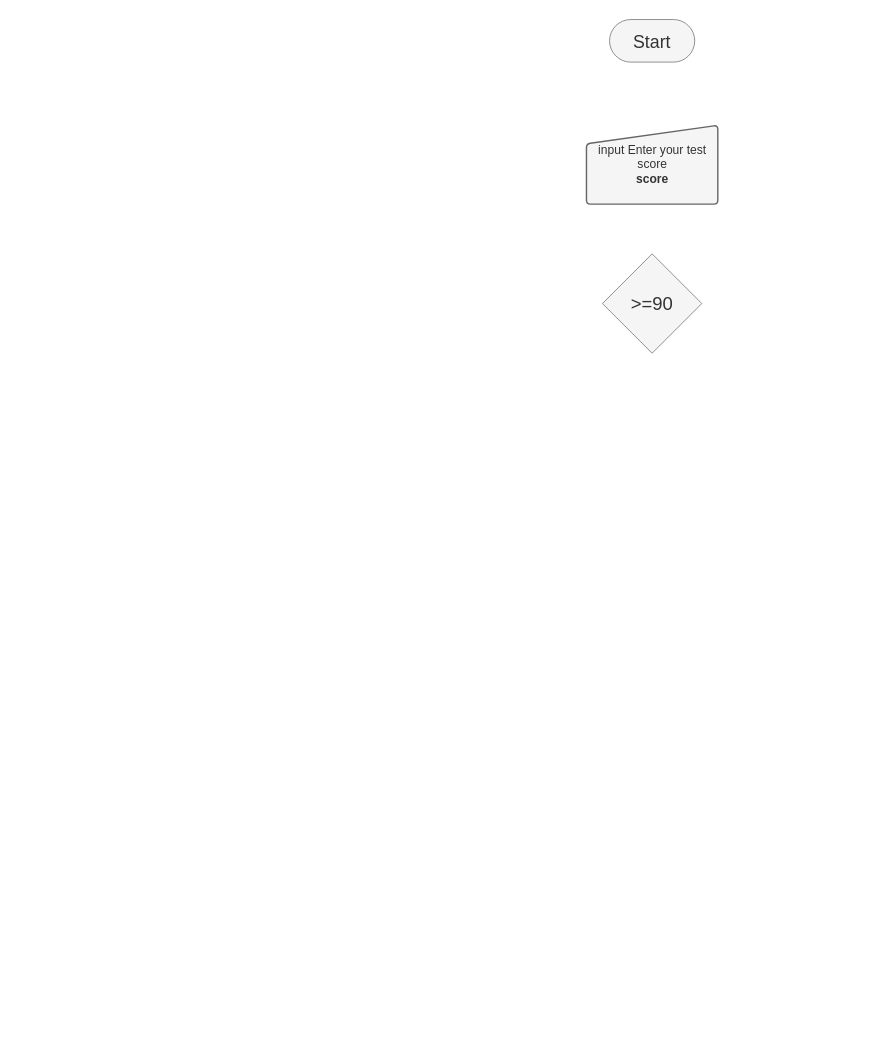
This is L.3/flowwork03.drawio from JakapatJod/INE-PYTHON-64, a draw.io file, before an edit. Source tidied: cells renumbered, new cells numbered last; positions are measured from the earlier drawing's top-left corner, leaving out a move shared by most shapes. Both pictures are drawn from the tidied source at 71%, with x=0, y=0 at pixel (586, 19).
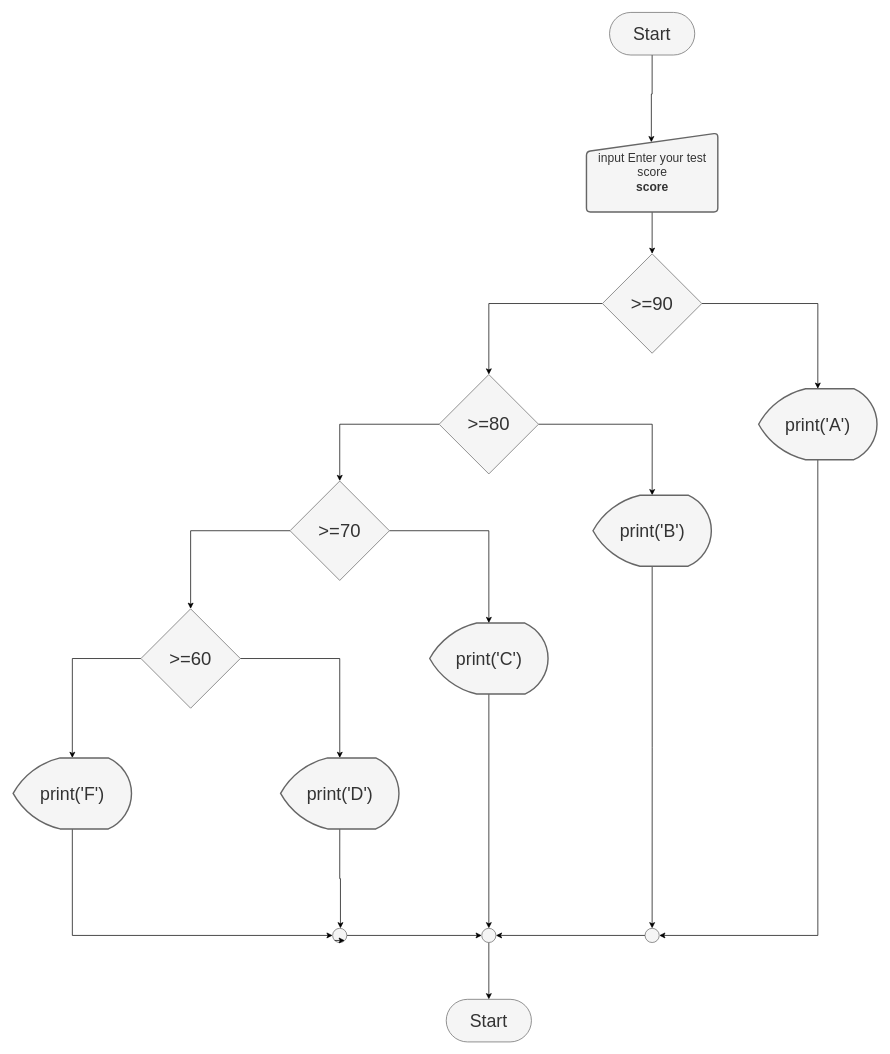
Above is the later version.

Unchanged cells that the change refers to:
```xml
<mxCell id="4" value="&lt;font style=&quot;font-size: 26px&quot;&gt;&amp;gt;=90&lt;/font&gt;" style="rhombus;whiteSpace=wrap;html=1;fillColor=#f5f5f5;strokeColor=#666666;fontColor=#333333;" parent="1" vertex="1">
  <mxGeometry x="22" y="330" width="140" height="140" as="geometry" />
</mxCell>
```

Diff of the diagram source:
```diff
@@
+    <mxCell id="5" style="edgeStyle=orthogonalEdgeStyle;rounded=0;jettySize=auto;html=1;exitX=0.5;exitY=1;exitDx=0;exitDy=0;entryX=0.494;entryY=0.115;entryDx=0;entryDy=0;entryPerimeter=0;" parent="1" edge="1" source="2" target="3">
+      <mxGeometry relative="1" as="geometry" />
+    </mxCell>
     <mxCell id="2" value="&lt;font style=&quot;font-size: 25px&quot;&gt;Start&lt;/font&gt;" style="rounded=1;whiteSpace=wrap;html=1;arcSize=50;fillColor=#f5f5f5;strokeColor=#666666;fontColor=#333333;" parent="1" vertex="1">
-      <mxGeometry x="32" width="120" height="60" as="geometry" />
+      <mxGeometry x="32" y="-10" width="120" height="60" as="geometry" />
     </mxCell>
+    <mxCell id="6" style="edgeStyle=orthogonalEdgeStyle;rounded=0;jettySize=auto;html=1;exitX=0.5;exitY=1;exitDx=0;exitDy=0;entryX=0.5;entryY=0;entryDx=0;entryDy=0;" parent="1" edge="1" source="3" target="4">
+      <mxGeometry relative="1" as="geometry" />
+    </mxCell>
     <mxCell id="3" value="&lt;font style=&quot;font-size: 17px&quot;&gt;input Enter your test score&lt;br&gt;&lt;b&gt;score&lt;/b&gt;&lt;/font&gt;" style="html=1;strokeWidth=2;shape=manualInput;whiteSpace=wrap;rounded=1;size=26;arcSize=11;fillColor=#f5f5f5;strokeColor=#666666;fontColor=#333333;" parent="1" vertex="1">
-      <mxGeometry x="-0.5" y="149" width="185" height="111" as="geometry" />
+      <mxGeometry x="-0.5" y="160" width="185" height="111" as="geometry" />
     </mxCell>
+    <mxCell id="7" style="edgeStyle=orthogonalEdgeStyle;rounded=0;jettySize=auto;html=1;exitX=0;exitY=0.5;exitDx=0;exitDy=0;entryX=0.5;entryY=0;entryDx=0;entryDy=0;" parent="1" edge="1" source="4" target="11">
+      <mxGeometry relative="1" as="geometry" />
+    </mxCell>
+    <mxCell id="8" style="edgeStyle=orthogonalEdgeStyle;rounded=0;jettySize=auto;html=1;exitX=1;exitY=0.5;exitDx=0;exitDy=0;entryX=0.5;entryY=0;entryDx=0;entryDy=0;entryPerimeter=0;" parent="1" edge="1" source="4" target="13">
+      <mxGeometry relative="1" as="geometry" />
+    </mxCell>
@@
+    <mxCell id="9" style="edgeStyle=orthogonalEdgeStyle;rounded=0;jettySize=auto;html=1;exitX=1;exitY=0.5;exitDx=0;exitDy=0;entryX=0.5;entryY=0;entryDx=0;entryDy=0;entryPerimeter=0;" parent="1" edge="1" source="11" target="17">
+      <mxGeometry relative="1" as="geometry" />
+    </mxCell>
+    <mxCell id="10" style="edgeStyle=orthogonalEdgeStyle;rounded=0;jettySize=auto;html=1;exitX=0;exitY=0.5;exitDx=0;exitDy=0;entryX=0.5;entryY=0;entryDx=0;entryDy=0;" parent="1" edge="1" source="11" target="20">
+      <mxGeometry relative="1" as="geometry" />
+    </mxCell>
+    <mxCell id="11" value="&lt;font style=&quot;font-size: 26px&quot;&gt;&amp;gt;=80&lt;/font&gt;" style="rhombus;whiteSpace=wrap;html=1;fillColor=#f5f5f5;strokeColor=#666666;fontColor=#333333;" parent="1" vertex="1">
+      <mxGeometry x="-208" y="500" width="140" height="140" as="geometry" />
+    </mxCell>
+    <mxCell id="12" style="edgeStyle=orthogonalEdgeStyle;rounded=0;jettySize=auto;html=1;exitX=0.5;exitY=1;exitDx=0;exitDy=0;exitPerimeter=0;entryX=1;entryY=0.5;entryDx=0;entryDy=0;entryPerimeter=0;" parent="1" edge="1" source="13" target="35">
+      <mxGeometry relative="1" as="geometry" />
+    </mxCell>
+    <mxCell id="13" value="&lt;font style=&quot;font-size: 25px&quot;&gt;print('A')&lt;/font&gt;" style="strokeWidth=2;html=1;shape=mxgraph.flowchart.display;whiteSpace=wrap;fillColor=#f5f5f5;strokeColor=#666666;fontColor=#333333;" parent="1" vertex="1">
+      <mxGeometry x="242" y="520" width="166.7" height="100" as="geometry" />
+    </mxCell>
+    <mxCell id="14" style="edgeStyle=orthogonalEdgeStyle;rounded=0;jettySize=auto;html=1;exitX=0.5;exitY=1;exitDx=0;exitDy=0;exitPerimeter=0;entryX=0.5;entryY=0;entryDx=0;entryDy=0;entryPerimeter=0;" parent="1" edge="1" source="15" target="33">
+      <mxGeometry relative="1" as="geometry" />
+    </mxCell>
+    <mxCell id="15" value="&lt;font style=&quot;font-size: 25px&quot;&gt;print('C')&lt;/font&gt;" style="strokeWidth=2;html=1;shape=mxgraph.flowchart.display;whiteSpace=wrap;fillColor=#f5f5f5;strokeColor=#666666;fontColor=#333333;" parent="1" vertex="1">
+      <mxGeometry x="-221.3" y="850" width="166.7" height="100" as="geometry" />
+    </mxCell>
+    <mxCell id="16" style="edgeStyle=orthogonalEdgeStyle;rounded=0;jettySize=auto;html=1;exitX=0.5;exitY=1;exitDx=0;exitDy=0;exitPerimeter=0;entryX=0.5;entryY=0;entryDx=0;entryDy=0;entryPerimeter=0;" parent="1" edge="1" source="17" target="35">
+      <mxGeometry relative="1" as="geometry" />
+    </mxCell>
+    <mxCell id="17" value="&lt;font style=&quot;font-size: 25px&quot;&gt;print('B')&lt;/font&gt;" style="strokeWidth=2;html=1;shape=mxgraph.flowchart.display;whiteSpace=wrap;fillColor=#f5f5f5;strokeColor=#666666;fontColor=#333333;" parent="1" vertex="1">
+      <mxGeometry x="8.7" y="670" width="166.7" height="100" as="geometry" />
+    </mxCell>
+    <mxCell id="18" style="edgeStyle=orthogonalEdgeStyle;rounded=0;jettySize=auto;html=1;exitX=1;exitY=0.5;exitDx=0;exitDy=0;entryX=0.5;entryY=0;entryDx=0;entryDy=0;entryPerimeter=0;" parent="1" edge="1" source="20" target="15">
+      <mxGeometry relative="1" as="geometry" />
+    </mxCell>
+    <mxCell id="19" style="edgeStyle=orthogonalEdgeStyle;rounded=0;jettySize=auto;html=1;exitX=0;exitY=0.5;exitDx=0;exitDy=0;entryX=0.5;entryY=0;entryDx=0;entryDy=0;" parent="1" edge="1" source="20" target="23">
+      <mxGeometry relative="1" as="geometry" />
+    </mxCell>
+    <mxCell id="20" value="&lt;font style=&quot;font-size: 26px&quot;&gt;&amp;gt;=70&lt;/font&gt;" style="rhombus;whiteSpace=wrap;html=1;fillColor=#f5f5f5;strokeColor=#666666;fontColor=#333333;" parent="1" vertex="1">
+      <mxGeometry x="-418" y="650" width="140" height="140" as="geometry" />
+    </mxCell>
+    <mxCell id="21" style="edgeStyle=orthogonalEdgeStyle;rounded=0;jettySize=auto;html=1;exitX=1;exitY=0.5;exitDx=0;exitDy=0;entryX=0.5;entryY=0;entryDx=0;entryDy=0;entryPerimeter=0;" parent="1" edge="1" source="23" target="25">
+      <mxGeometry relative="1" as="geometry" />
+    </mxCell>
+    <mxCell id="22" style="edgeStyle=orthogonalEdgeStyle;rounded=0;jettySize=auto;html=1;exitX=0;exitY=0.5;exitDx=0;exitDy=0;entryX=0.5;entryY=0;entryDx=0;entryDy=0;entryPerimeter=0;" parent="1" edge="1" source="23" target="27">
+      <mxGeometry relative="1" as="geometry" />
+    </mxCell>
+    <mxCell id="23" value="&lt;font style=&quot;font-size: 26px&quot;&gt;&amp;gt;=60&lt;/font&gt;" style="rhombus;whiteSpace=wrap;html=1;fillColor=#f5f5f5;strokeColor=#666666;fontColor=#333333;" parent="1" vertex="1">
+      <mxGeometry x="-628" y="830" width="140" height="140" as="geometry" />
+    </mxCell>
+    <mxCell id="24" style="edgeStyle=orthogonalEdgeStyle;rounded=0;jettySize=auto;html=1;exitX=0.5;exitY=1;exitDx=0;exitDy=0;exitPerimeter=0;entryX=0.55;entryY=0;entryDx=0;entryDy=0;entryPerimeter=0;" parent="1" edge="1" source="25" target="30">
+      <mxGeometry relative="1" as="geometry" />
+    </mxCell>
+    <mxCell id="25" value="&lt;font style=&quot;font-size: 25px&quot;&gt;print('D')&lt;/font&gt;" style="strokeWidth=2;html=1;shape=mxgraph.flowchart.display;whiteSpace=wrap;fillColor=#f5f5f5;strokeColor=#666666;fontColor=#333333;" parent="1" vertex="1">
+      <mxGeometry x="-431.3" y="1040" width="166.7" height="100" as="geometry" />
+    </mxCell>
+    <mxCell id="26" style="edgeStyle=orthogonalEdgeStyle;rounded=0;jettySize=auto;html=1;exitX=0.5;exitY=1;exitDx=0;exitDy=0;exitPerimeter=0;entryX=0;entryY=0.5;entryDx=0;entryDy=0;entryPerimeter=0;" parent="1" edge="1" source="27" target="30">
+      <mxGeometry relative="1" as="geometry" />
+    </mxCell>
+    <mxCell id="27" value="&lt;font style=&quot;font-size: 25px&quot;&gt;print('F')&lt;/font&gt;" style="strokeWidth=2;html=1;shape=mxgraph.flowchart.display;whiteSpace=wrap;fillColor=#f5f5f5;strokeColor=#666666;fontColor=#333333;" parent="1" vertex="1">
+      <mxGeometry x="-808" y="1040" width="166.7" height="100" as="geometry" />
+    </mxCell>
+    <mxCell id="28" value="&lt;font style=&quot;font-size: 25px&quot;&gt;Start&lt;/font&gt;" style="rounded=1;whiteSpace=wrap;html=1;arcSize=50;fillColor=#f5f5f5;strokeColor=#666666;fontColor=#333333;" parent="1" vertex="1">
+      <mxGeometry x="-198" y="1380" width="120" height="60" as="geometry" />
+    </mxCell>
+    <mxCell id="29" style="edgeStyle=orthogonalEdgeStyle;rounded=0;jettySize=auto;html=1;exitX=1;exitY=0.5;exitDx=0;exitDy=0;exitPerimeter=0;entryX=0;entryY=0.5;entryDx=0;entryDy=0;entryPerimeter=0;" parent="1" edge="1" source="30" target="33">
+      <mxGeometry relative="1" as="geometry" />
+    </mxCell>
+    <mxCell id="30" style="verticalLabelPosition=bottom;verticalAlign=top;html=1;shape=mxgraph.flowchart.on-page_reference;fillColor=#f5f5f5;strokeColor=#666666;fontColor=#333333;" parent="1" vertex="1">
+      <mxGeometry x="-358" y="1280" width="20" height="20" as="geometry" />
+    </mxCell>
+    <mxCell id="31" style="edgeStyle=orthogonalEdgeStyle;rounded=0;orthogonalLoop=1;jettySize=auto;html=1;exitX=0.145;exitY=0.855;exitDx=0;exitDy=0;exitPerimeter=0;entryX=0.855;entryY=0.855;entryDx=0;entryDy=0;entryPerimeter=0;" parent="1" edge="1" source="30" target="30">
+      <mxGeometry relative="1" as="geometry" />
+    </mxCell>
+    <mxCell id="32" style="edgeStyle=orthogonalEdgeStyle;rounded=0;jettySize=auto;html=1;exitX=0.5;exitY=1;exitDx=0;exitDy=0;exitPerimeter=0;entryX=0.5;entryY=0;entryDx=0;entryDy=0;" parent="1" edge="1" source="33" target="28">
+      <mxGeometry relative="1" as="geometry" />
+    </mxCell>
+    <mxCell id="33" style="verticalLabelPosition=bottom;verticalAlign=top;html=1;shape=mxgraph.flowchart.on-page_reference;fillColor=#f5f5f5;strokeColor=#666666;fontColor=#333333;" parent="1" vertex="1">
+      <mxGeometry x="-148" y="1280" width="20" height="20" as="geometry" />
+    </mxCell>
+    <mxCell id="34" style="edgeStyle=orthogonalEdgeStyle;rounded=0;jettySize=auto;html=1;exitX=0;exitY=0.5;exitDx=0;exitDy=0;exitPerimeter=0;entryX=1;entryY=0.5;entryDx=0;entryDy=0;entryPerimeter=0;" parent="1" edge="1" source="35" target="33">
+      <mxGeometry relative="1" as="geometry" />
+    </mxCell>
+    <mxCell id="35" style="verticalLabelPosition=bottom;verticalAlign=top;html=1;shape=mxgraph.flowchart.on-page_reference;fillColor=#f5f5f5;strokeColor=#666666;fontColor=#333333;" parent="1" vertex="1">
+      <mxGeometry x="82" y="1280" width="20" height="20" as="geometry" />
+    </mxCell>
```
